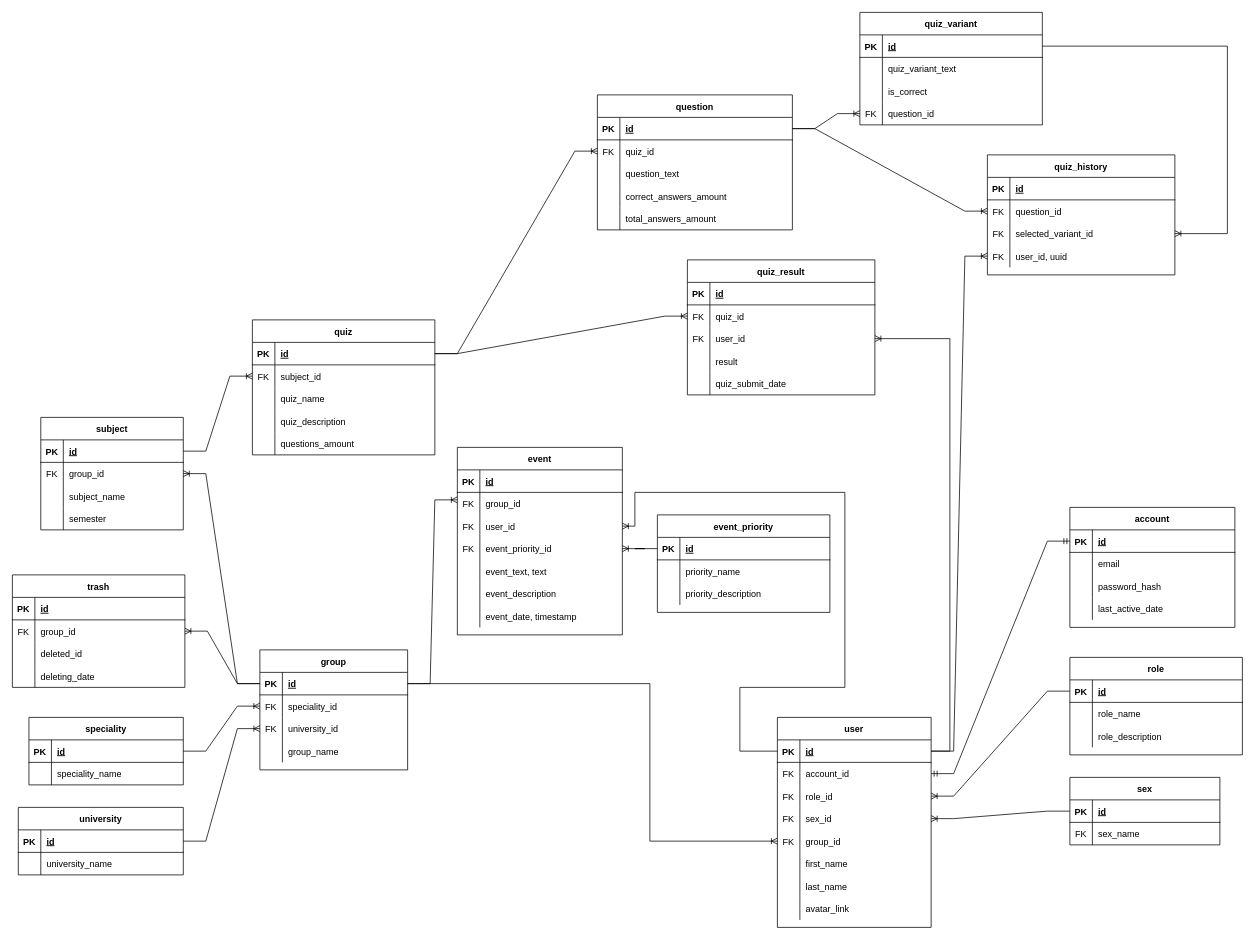
This is databases/logical_erd_ironalex.drawio from student-archive/docs, a draw.io file, before an edit. Source tidied: cells renumbered, new cells numbered last; positions are measured from the earlier drawing's top-left corner, leaving out a move shared by most shapes. Both pictures are drawn from the tidied source at 75%, with x=0, y=0 at pixel (12, 12).
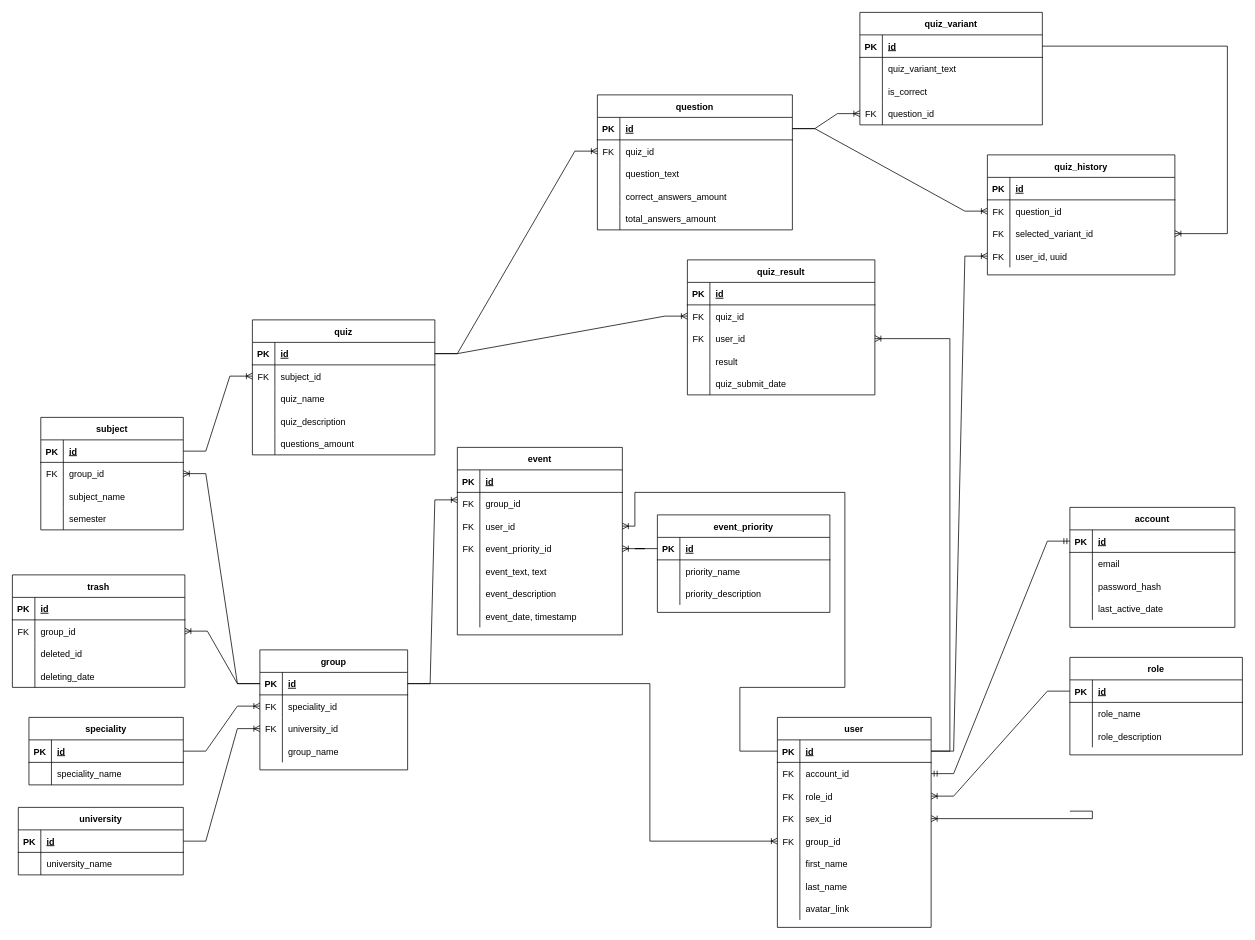
The same page after the edit.

Unchanged cells that the change refers to:
```xml
<mxCell id="145" style="shape=tableRow;horizontal=0;startSize=0;swimlaneHead=0;swimlaneBody=0;fillColor=none;points=[[0,0.5],[1,0.5]];portConstraint=eastwest;top=0;left=0;right=0;bottom=0;" parent="135" vertex="1">
  <mxGeometry y="120" width="205" height="30" as="geometry" />
</mxCell>
```

Change to the diagram source:
```diff
@@
-    <mxCell id="216" value="sex" style="shape=table;startSize=30;childLayout=tableLayout;rowLines=0;fontStyle=1;align=center;" parent="1" vertex="1">
-      <mxGeometry x="1410" y="1020" width="200" height="90" as="geometry" />
-    </mxCell>
-    <mxCell id="217" style="shape=tableRow;horizontal=0;startSize=0;swimlaneHead=0;swimlaneBody=0;fillColor=none;points=[[0,0.5],[1,0.5]];portConstraint=eastwest;top=0;left=0;right=0;bottom=1;" parent="216" vertex="1">
-      <mxGeometry y="30" width="200" height="30" as="geometry" />
-    </mxCell>
-    <mxCell id="218" value="PK" style="shape=partialRectangle;fillColor=none;top=0;left=0;bottom=0;right=0;fontStyle=1;overflow=hidden;" parent="217" vertex="1">
-      <mxGeometry width="30" height="30" as="geometry" />
-    </mxCell>
-    <mxCell id="219" value="id" style="shape=partialRectangle;fillColor=none;top=0;left=0;bottom=0;right=0;align=left;spacingLeft=6;fontStyle=5;overflow=hidden;" parent="217" vertex="1">
-      <mxGeometry x="30" width="170" height="30" as="geometry" />
-    </mxCell>
-    <mxCell id="220" style="shape=tableRow;horizontal=0;startSize=0;swimlaneHead=0;swimlaneBody=0;fillColor=none;top=0;left=0;right=0;bottom=0;" parent="216" vertex="1">
-      <mxGeometry y="60" width="200" height="30" as="geometry" />
-    </mxCell>
-    <mxCell id="221" value="FK" style="shape=partialRectangle;fillColor=none;top=0;left=0;bottom=0;right=0;fontStyle=0;overflow=hidden;" parent="220" vertex="1">
-      <mxGeometry width="30" height="30" as="geometry" />
-    </mxCell>
-    <mxCell id="222" value="sex_name" style="shape=partialRectangle;fillColor=none;top=0;left=0;bottom=0;right=0;align=left;spacingLeft=6;fontStyle=0;overflow=hidden;" parent="220" vertex="1">
-      <mxGeometry x="30" width="170" height="30" as="geometry" />
-    </mxCell>
@@
-    <mxCell id="232" style="edgeStyle=entityRelationEdgeStyle;fontSize=12;html=1;endArrow=ERoneToMany;rounded=0;exitX=0;exitY=0.5;exitDx=0;exitDy=0;entryX=1;entryY=0.5;entryDx=0;entryDy=0;" parent="1" edge="1" source="217" target="145">
-      <mxGeometry relative="1" as="geometry" />
+    <mxCell id="232" style="edgeStyle=entityRelationEdgeStyle;fontSize=12;html=1;endArrow=ERoneToMany;rounded=0;exitX=0;exitY=0.5;exitDx=0;exitDy=0;entryX=1;entryY=0.5;entryDx=0;entryDy=0;" parent="1" edge="1" target="145">
+      <mxGeometry relative="1" as="geometry">
+        <mxPoint x="1410" y="1065" as="sourcePoint" />
+      </mxGeometry>
     </mxCell>
```
